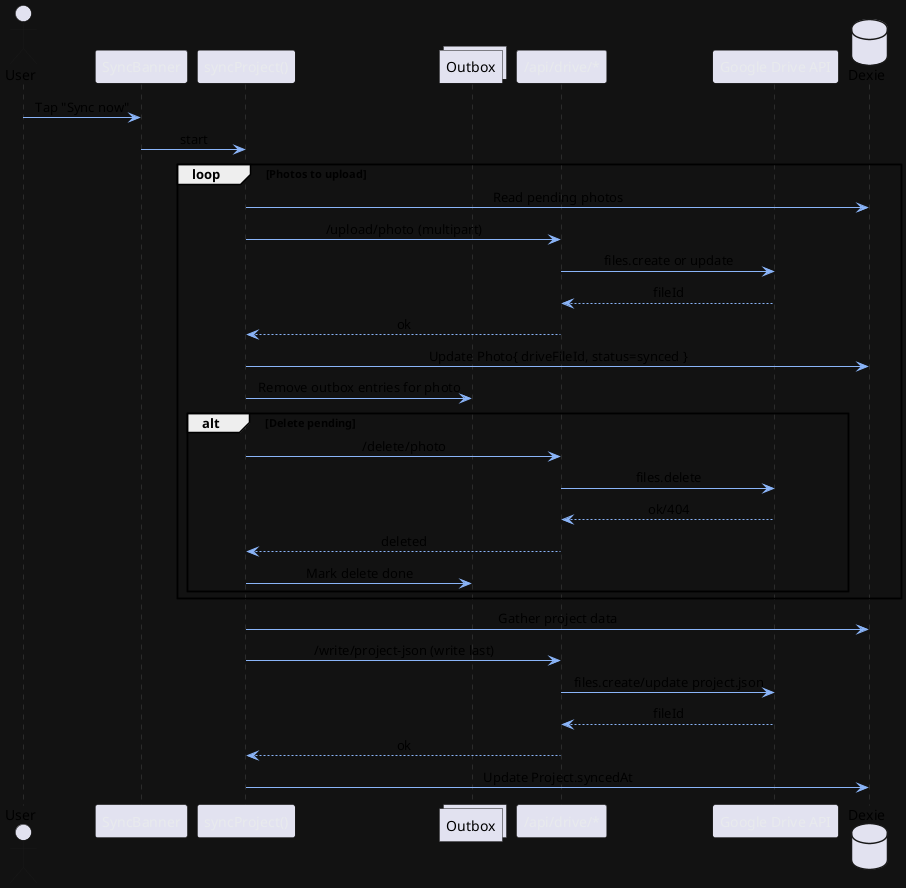
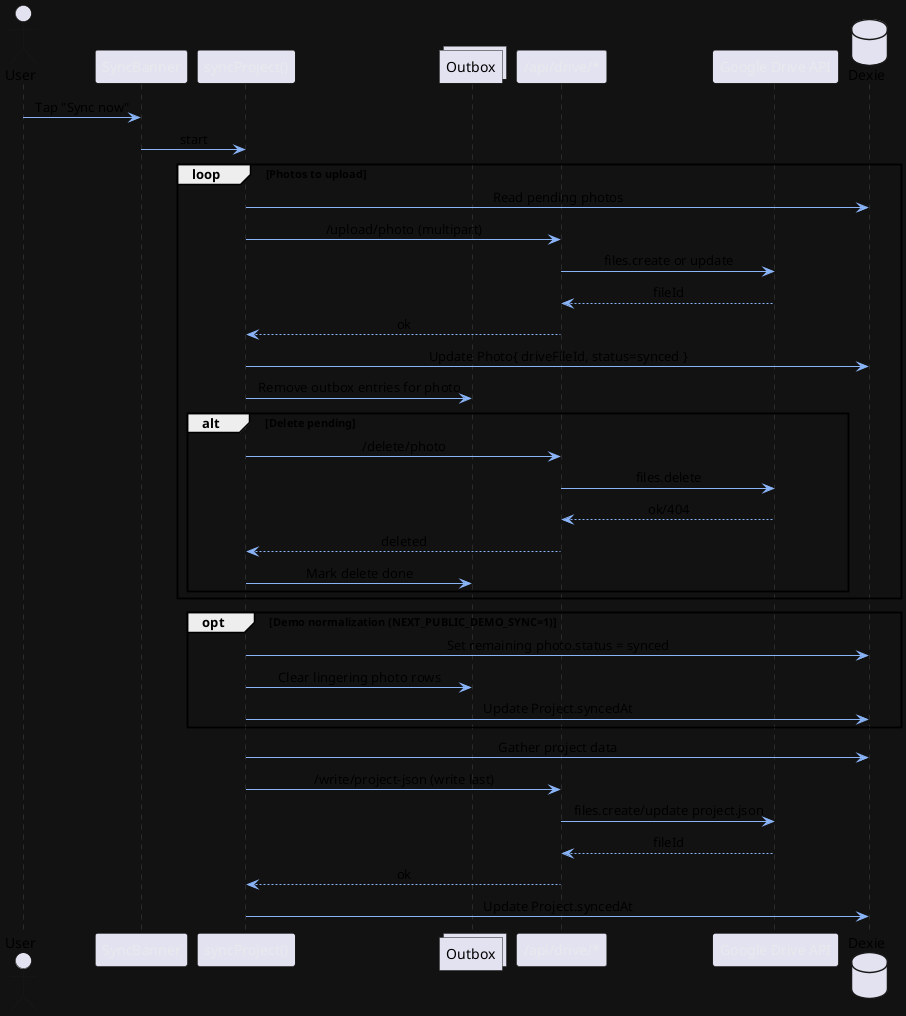
@startuml ManualSync
skinparam backgroundColor #121212
skinparam sequenceMessageAlign center
skinparam sequenceArrowColor #8AB4F8
skinparam sequenceLifeLineBorderColor #444444
skinparam sequenceLifeLineBackgroundColor #1E1E1E
skinparam ParticipantFontColor #E8EAED

actor User as U
participant SyncBanner as SB
participant "syncProject()" as Sync
collections Outbox as OB
participant "/api/drive/*" as API
participant "Google Drive API" as GD
database Dexie as DB

U -> SB: Tap "Sync now"
SB -> Sync: start
loop Photos to upload
  Sync -> DB: Read pending photos
  Sync -> API: /upload/photo (multipart)
  API -> GD: files.create or update
  GD --> API: fileId
  API --> Sync: ok
  Sync -> DB: Update Photo{ driveFileId, status=synced }
  Sync -> OB: Remove outbox entries for photo
  alt Delete pending
    Sync -> API: /delete/photo
    API -> GD: files.delete
    GD --> API: ok/404
    API --> Sync: deleted
    Sync -> OB: Mark delete done
  end
end
+ opt Demo normalization (NEXT_PUBLIC_DEMO_SYNC=1)
+   Sync -> DB: Set remaining photo.status = synced
+   Sync -> OB: Clear lingering photo rows
+   Sync -> DB: Update Project.syncedAt
+ end
Sync -> DB: Gather project data
Sync -> API: /write/project-json (write last)
API -> GD: files.create/update project.json
GD --> API: fileId
API --> Sync: ok
Sync -> DB: Update Project.syncedAt
@enduml
- 
